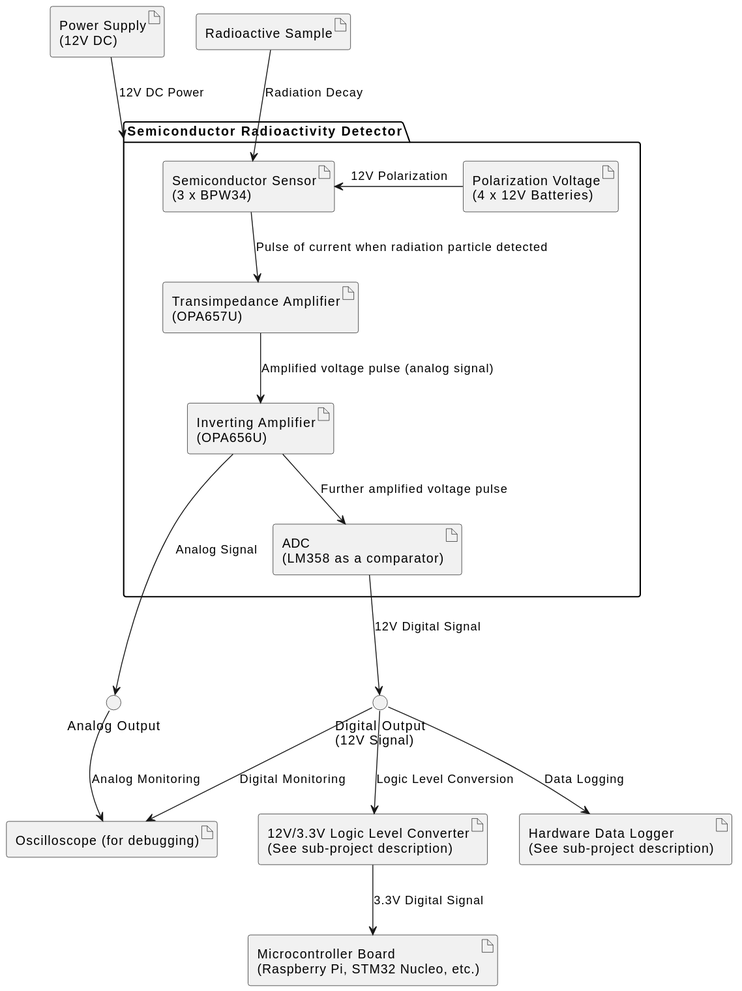
Earlier version of the PlantUML export Documentation/Diagrams/ArchitectureOverview.svg (RobertGawron/SemiconductorRadioactivityDetector). The source it was exported from:
```plantuml
@startuml
artifact "Power Supply\n(12V DC)" as power_supply

artifact "Radioactive Sample" as sample

package "Semiconductor Radioactivity Detector" as detector {
    artifact "Semiconductor Sensor\n(3 x BPW34)" as sensor
    artifact "Polarization Voltage\n(4 x 12V Batteries)" as polarization_voltage
    artifact "Transimpedance Amplifier\n(OPA657U)" as transimpedance_amplifier
    artifact "Inverting Amplifier\n(OPA656U)" as inverting_amplifier
    artifact "ADC\n(LM358 as a comparator)" as adc
}

interface "Analog Output" as analog_output
interface "Digital Output\n(12V Signal)" as digital_output

artifact "Hardware Data Logger\n(See sub-project description)" as data_logger
artifact "Oscilloscope (for debugging)" as oscilloscope
artifact "12V/3.3V Logic Level Converter\n(See sub-project description)" as logic_converter
artifact "Microcontroller Board\n(Raspberry Pi, STM32 Nucleo, etc.)" as microcontroller

sample -down-> sensor : "Radiation Decay"
power_supply -down-> detector : "12V DC Power"

polarization_voltage -left-> sensor : "12V Polarization"
sensor --> transimpedance_amplifier : "Pulse of current when radiation particle detected"
transimpedance_amplifier --> inverting_amplifier : "Amplified voltage pulse (analog signal)"
inverting_amplifier --> adc : "Further amplified voltage pulse"

adc --> digital_output : "12V Digital Signal"
inverting_amplifier -down--> analog_output : "Analog Signal"

analog_output --> oscilloscope : "Analog Monitoring"
digital_output --> oscilloscope : "Digital Monitoring"
digital_output --> data_logger : "Data Logging"
digital_output --> logic_converter : "Logic Level Conversion"
logic_converter --> microcontroller : "3.3V Digital Signal"
@enduml
```
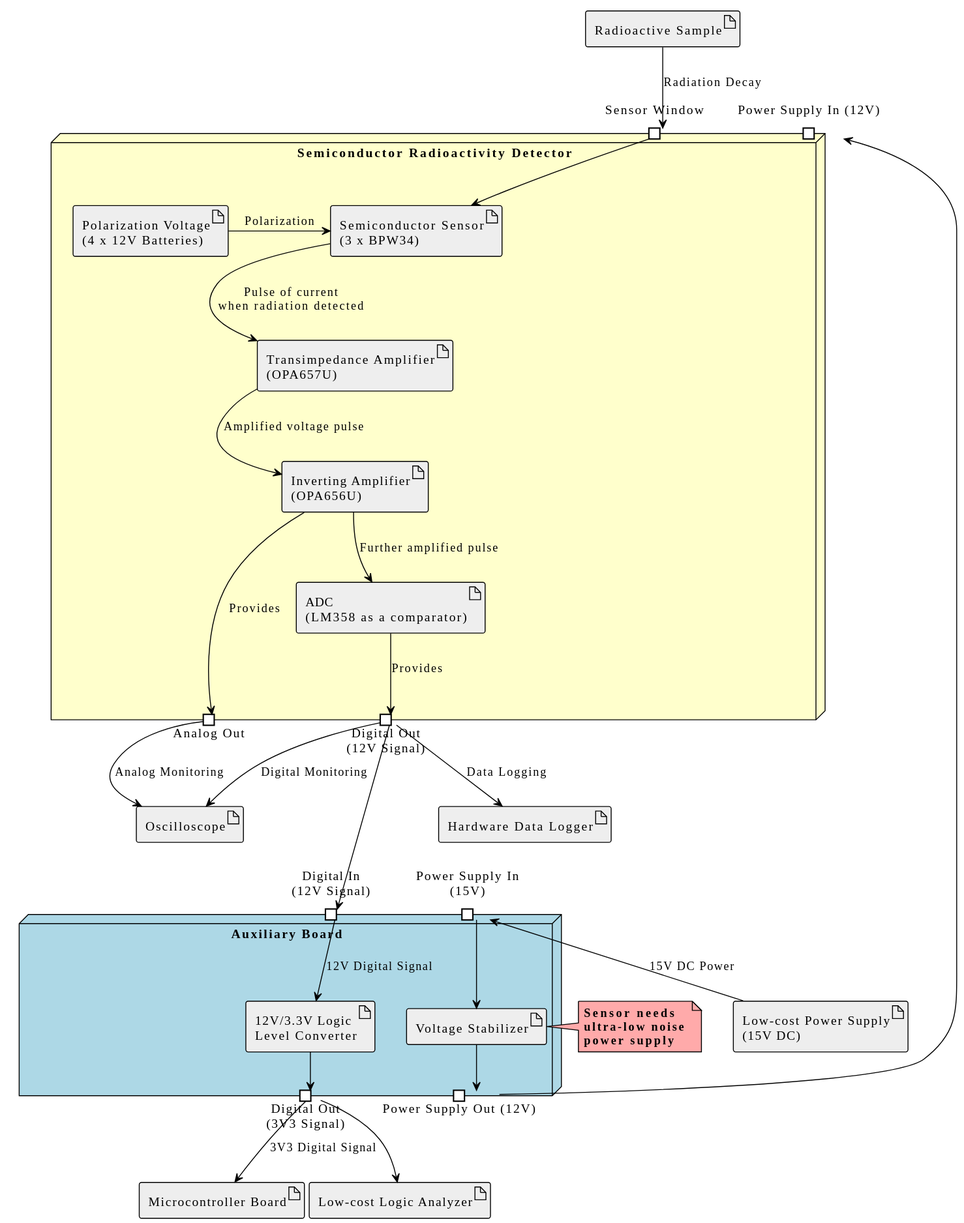
The same diagram one commit later.

What changed in the source:
```diff
@@ -1,38 +1,78 @@
 @startuml
-artifact "Power Supply\n(12V DC)" as power_supply
+!theme plain
+skinparam node {
+    BackgroundColor #FFFFCC
+}
+skinparam port {
+    BackgroundColor #E6E6FA
+}
+skinparam artifact {
+    BackgroundColor #EEE
+}
 
 artifact "Radioactive Sample" as sample
 
-package "Semiconductor Radioactivity Detector" as detector {
+node "Semiconductor Radioactivity Detector" as detector {
+    portin "Power Supply In (12V)" as power_supply_in_12v
+    portin "Sensor Window" as sensor_window
+
+    portout "Analog Out" as analog_output
+    portout "Digital Out\n(12V Signal)" as digital_output_12v
+
+    together{
     artifact "Semiconductor Sensor\n(3 x BPW34)" as sensor
     artifact "Polarization Voltage\n(4 x 12V Batteries)" as polarization_voltage
     artifact "Transimpedance Amplifier\n(OPA657U)" as transimpedance_amplifier
     artifact "Inverting Amplifier\n(OPA656U)" as inverting_amplifier
     artifact "ADC\n(LM358 as a comparator)" as adc
+    }
+    polarization_voltage -right-> sensor : "Polarization"
+    sample -down-> sensor_window : "Radiation Decay"
+    sensor_window -down-> sensor
+    sensor -down-> transimpedance_amplifier : "Pulse of current\nwhen radiation detected"
+    transimpedance_amplifier -down-> inverting_amplifier : "Amplified voltage pulse"
+    inverting_amplifier -down-> adc : "Further amplified pulse"
+
+    inverting_amplifier -down--> analog_output : "Provides"
+    adc -down-> digital_output_12v : "Provides"
 }
 
-interface "Analog Output" as analog_output
-interface "Digital Output\n(12V Signal)" as digital_output
+artifact "Hardware Data Logger" as data_logger
+artifact "Oscilloscope" as oscilloscope
 
-artifact "Hardware Data Logger\n(See sub-project description)" as data_logger
-artifact "Oscilloscope (for debugging)" as oscilloscope
-artifact "12V/3.3V Logic Level Converter\n(See sub-project description)" as logic_converter
-artifact "Microcontroller Board\n(Raspberry Pi, STM32 Nucleo, etc.)" as microcontroller
+artifact "Microcontroller Board" as microcontroller
+artifact "Low-cost Power Supply\n(15V DC)" as power_supply
+artifact "Low-cost Logic Analyzer" as logic_analyzer
 
-sample -down-> sensor : "Radiation Decay"
-power_supply -down-> detector : "12V DC Power"
+node "Auxiliary Board" as AuxiliaryBoard #lightblue {
+    portin "Power Supply In\n(15V)" as power_supply_15v_in
+    portin "Digital In\n(12V Signal)" as digital_input_12v_port
 
-polarization_voltage -left-> sensor : "12V Polarization"
-sensor --> transimpedance_amplifier : "Pulse of current when radiation particle detected"
-transimpedance_amplifier --> inverting_amplifier : "Amplified voltage pulse (analog signal)"
-inverting_amplifier --> adc : "Further amplified voltage pulse"
+    portout "Power Supply Out (12V)" as power_supply_12v_out
+    portout "Digital Out\n(3V3 Signal)" as digital_output_3v3_port
 
-adc --> digital_output : "12V Digital Signal"
-inverting_amplifier -down--> analog_output : "Analog Signal"
+    artifact "Voltage Stabilizer" as voltage_stabilizer
+    artifact "12V/3.3V Logic\nLevel Converter" as logic_converter
 
-analog_output --> oscilloscope : "Analog Monitoring"
-digital_output --> oscilloscope : "Digital Monitoring"
-digital_output --> data_logger : "Data Logging"
-digital_output --> logic_converter : "Logic Level Conversion"
-logic_converter --> microcontroller : "3.3V Digital Signal"
+    power_supply_15v_in -> voltage_stabilizer
+    voltage_stabilizer -> power_supply_12v_out
+    digital_output_12v -down--> digital_input_12v_port
+}
+
+analog_output -> oscilloscope : "Analog Monitoring"
+digital_output_12v --> oscilloscope : "Digital Monitoring"
+digital_output_12v --> data_logger : "Data Logging"
+digital_input_12v_port --> logic_converter : "12V Digital Signal"
+logic_converter -> digital_output_3v3_port
+digital_output_3v3_port --> microcontroller : "3V3 Digital Signal"
+digital_output_3v3_port -down-> logic_analyzer
+
+power_supply_12v_out -> power_supply_in_12v
+power_supply -up-> power_supply_15v_in : "15V DC Power"
+
+note right of voltage_stabilizer  #FFAAAA
+    <b>Sensor needs</b>
+    <b>ultra-low noise</b>
+    <b>power supply</b>
+end note
 @enduml
```
